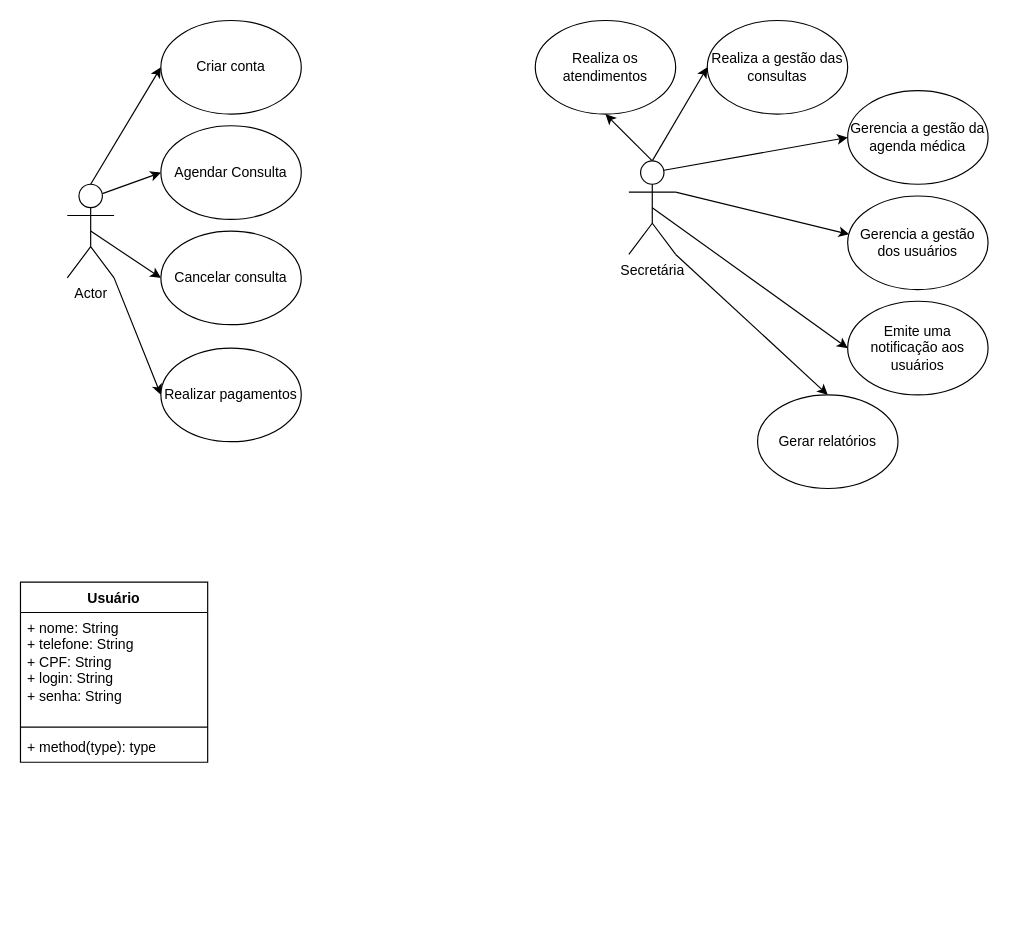
Before: page "Sistema de agendamento de consultas médicas" (11 of 11) of Diagrama sem nome.drawio in Klayvertone/diagramasderequesitos, a draw.io diagram. Source tidied: cells renumbered, new cells numbered last; positions are measured from the earlier drawing's top-left corner, leaving out a move shared by most shapes. Both pictures are drawn from the tidied source at 117%, with x=0, y=0 at pixel (20, 20).
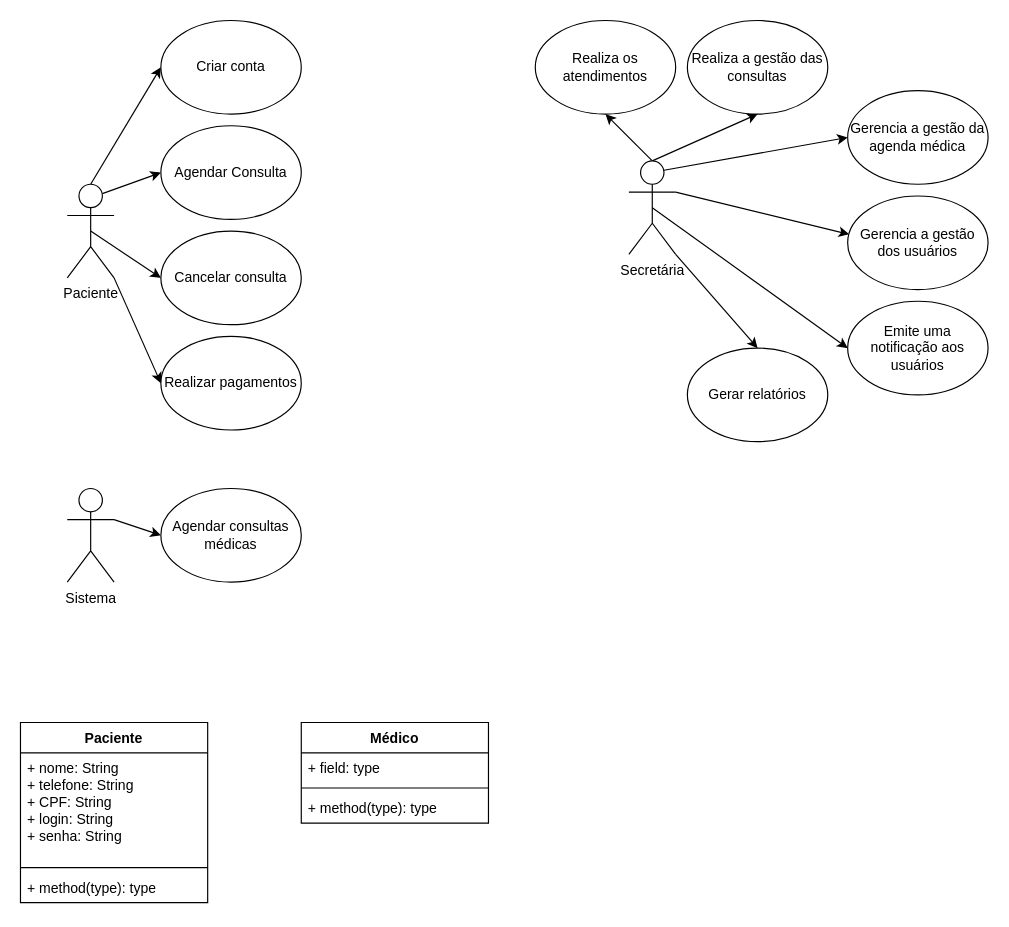
After the change.

Unchanged cells that the change refers to:
```xml
<mxCell id="16" value="Secretária" style="shape=umlActor;verticalLabelPosition=bottom;verticalAlign=top;html=1;outlineConnect=0;" parent="1" vertex="1">
  <mxGeometry x="520" y="120" width="40" height="80" as="geometry" />
</mxCell>
```

Diff of the diagram source:
```diff
@@
-    <mxCell id="6" value="Actor" style="shape=umlActor;verticalLabelPosition=bottom;verticalAlign=top;html=1;outlineConnect=0;" parent="1" vertex="1">
+    <mxCell id="6" value="Paciente" style="shape=umlActor;verticalLabelPosition=bottom;verticalAlign=top;html=1;outlineConnect=0;" parent="1" vertex="1">
       <mxGeometry x="40" y="140" width="40" height="80" as="geometry" />
     </mxCell>
@@
     <mxCell id="10" value="Realizar pagamentos" style="ellipse;whiteSpace=wrap;html=1;" parent="1" vertex="1">
-      <mxGeometry x="120" y="280" width="120" height="80" as="geometry" />
+      <mxGeometry x="120" y="270" width="120" height="80" as="geometry" />
     </mxCell>
-    <mxCell id="11" style="edgeStyle=none;rounded=0;jettySize=auto;html=1;exitX=0.5;exitY=0;exitDx=0;exitDy=0;exitPerimeter=0;entryX=0;entryY=0.5;entryDx=0;entryDy=0;" parent="1" edge="1" source="16" target="18">
+    <mxCell id="11" style="edgeStyle=none;rounded=0;jettySize=auto;html=1;exitX=0.5;exitY=0;exitDx=0;exitDy=0;exitPerimeter=0;entryX=0.5;entryY=1;entryDx=0;entryDy=0;" parent="1" edge="1" source="16" target="18">
       <mxGeometry relative="1" as="geometry" />
     </mxCell>
@@
     <mxCell id="18" value="Realiza a gestão das consultas" style="ellipse;whiteSpace=wrap;html=1;" parent="1" vertex="1">
-      <mxGeometry x="587" width="120" height="80" as="geometry" />
+      <mxGeometry x="570" width="120" height="80" as="geometry" />
     </mxCell>
@@
     <mxCell id="21" value="Gerar relatórios" style="ellipse;whiteSpace=wrap;html=1;" parent="1" vertex="1">
-      <mxGeometry x="630" y="320" width="120" height="80" as="geometry" />
+      <mxGeometry x="570" y="280" width="120" height="80" as="geometry" />
     </mxCell>
@@
-    <mxCell id="24" value="Usuário" style="swimlane;fontStyle=1;align=center;verticalAlign=top;horizontal=1;startSize=26;whiteSpace=wrap;html=1;" parent="1" vertex="1">
-      <mxGeometry y="480" width="160" height="154" as="geometry" />
+    <mxCell id="24" value="Paciente" style="swimlane;fontStyle=1;align=center;verticalAlign=top;horizontal=1;startSize=26;whiteSpace=wrap;html=1;" parent="1" vertex="1">
+      <mxGeometry y="600" width="160" height="154" as="geometry" />
     </mxCell>
@@
+    <mxCell id="28" value="Médico" style="swimlane;fontStyle=1;align=center;verticalAlign=top;horizontal=1;startSize=26;whiteSpace=wrap;html=1;" parent="1" vertex="1">
+      <mxGeometry x="240" y="600" width="160" height="86" as="geometry" />
+    </mxCell>
+    <mxCell id="29" value="+ field: type" style="text;strokeColor=none;fillColor=none;align=left;verticalAlign=top;spacingLeft=4;spacingRight=4;overflow=hidden;whiteSpace=wrap;html=1;" parent="28" vertex="1">
+      <mxGeometry y="26" width="160" height="26" as="geometry" />
+    </mxCell>
+    <mxCell id="30" style="line;strokeWidth=1;fillColor=none;align=left;verticalAlign=middle;spacingTop=-1;spacingLeft=3;spacingRight=3;labelPosition=right;strokeColor=inherit;" parent="28" vertex="1">
+      <mxGeometry y="52" width="160" height="8" as="geometry" />
+    </mxCell>
+    <mxCell id="31" value="+ method(type): type" style="text;strokeColor=none;fillColor=none;align=left;verticalAlign=top;spacingLeft=4;spacingRight=4;overflow=hidden;whiteSpace=wrap;html=1;" parent="28" vertex="1">
+      <mxGeometry y="60" width="160" height="26" as="geometry" />
+    </mxCell>
+    <mxCell id="32" style="edgeStyle=none;rounded=0;jettySize=auto;html=1;exitX=1;exitY=0.3333333333333333;exitDx=0;exitDy=0;exitPerimeter=0;entryX=0;entryY=0.5;entryDx=0;entryDy=0;" parent="1" edge="1" source="33" target="34">
+      <mxGeometry relative="1" as="geometry" />
+    </mxCell>
+    <mxCell id="33" value="Sistema" style="shape=umlActor;verticalLabelPosition=bottom;verticalAlign=top;html=1;outlineConnect=0;" parent="1" vertex="1">
+      <mxGeometry x="40" y="400" width="40" height="80" as="geometry" />
+    </mxCell>
+    <mxCell id="34" value="Agendar consultas médicas" style="ellipse;whiteSpace=wrap;html=1;" parent="1" vertex="1">
+      <mxGeometry x="120" y="400" width="120" height="80" as="geometry" />
+    </mxCell>
```
